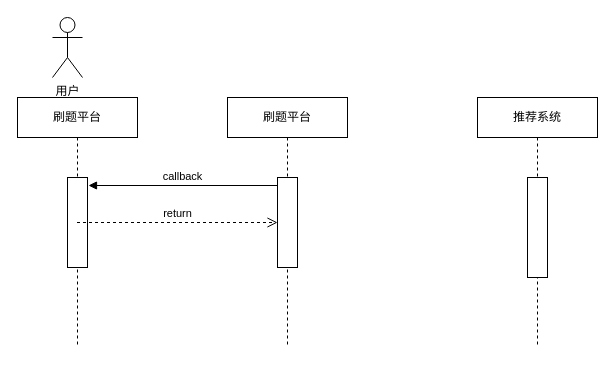
Before: 做题系统流程.drawio in johnsondiao0521/ImagesHost, a draw.io diagram. Source tidied: cells renumbered, new cells numbered last; positions are measured from the earlier drawing's top-left corner, leaving out a move shared by most shapes. Both pictures are drawn from the tidied source at 100%, with x=0, y=0 at pixel (17, 17).
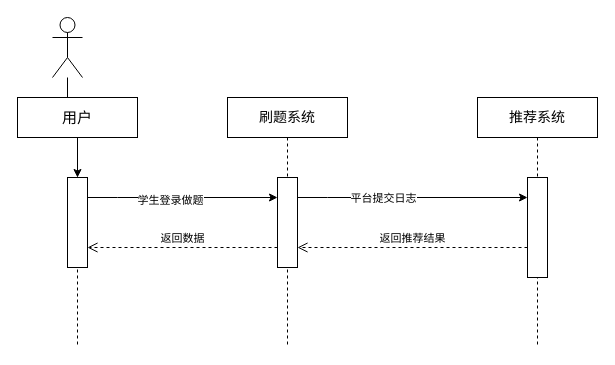
Above is the later version.

Commit message:
做题系统流程.drawio

The change refers to these unchanged cells:
```xml
<mxCell id="3" style="html=1;points=[];perimeter=orthogonalPerimeter;" parent="2" vertex="1">
  <mxGeometry x="50" y="80" width="20" height="90" as="geometry" />
</mxCell>
<mxCell id="8" style="html=1;points=[];perimeter=orthogonalPerimeter;" parent="7" vertex="1">
  <mxGeometry x="50" y="80" width="20" height="90" as="geometry" />
</mxCell>
```

Diff of the diagram source:
```diff
@@
-    <mxCell id="2" value="刷题平台" style="shape=umlLifeline;perimeter=lifelinePerimeter;whiteSpace=wrap;html=1;" parent="1" vertex="1">
+    <mxCell id="2" value="&lt;p&gt;&lt;font style=&quot;font-size: 14px;&quot; face=&quot;Lucida Console&quot;&gt;刷题系统&lt;/font&gt;&lt;/p&gt;" style="shape=umlLifeline;perimeter=lifelinePerimeter;whiteSpace=wrap;html=1;" parent="1" vertex="1">
       <mxGeometry x="210" y="80" width="120" height="250" as="geometry" />
     </mxCell>
@@
-    <mxCell id="4" value="推荐系统" style="shape=umlLifeline;perimeter=lifelinePerimeter;whiteSpace=wrap;html=1;" parent="1" vertex="1">
+    <mxCell id="4" value="&lt;font style=&quot;font-size: 14px;&quot;&gt;推荐系统&lt;/font&gt;" style="shape=umlLifeline;perimeter=lifelinePerimeter;whiteSpace=wrap;html=1;" parent="1" vertex="1">
       <mxGeometry x="460" y="80" width="120" height="250" as="geometry" />
     </mxCell>
@@
+    <mxCell id="11" style="edgeStyle=orthogonalEdgeStyle;rounded=0;jettySize=auto;html=1;fontFamily=Lucida Console;fontSize=15;" parent="1" edge="1" source="6" target="8">
+      <mxGeometry relative="1" as="geometry" />
+    </mxCell>
-    <mxCell id="6" value="用户" style="shape=umlActor;verticalLabelPosition=bottom;verticalAlign=top;html=1;" parent="1" vertex="1">
+    <mxCell id="6" style="shape=umlActor;verticalLabelPosition=bottom;verticalAlign=top;html=1;" parent="1" vertex="1">
       <mxGeometry x="35" width="30" height="60" as="geometry" />
     </mxCell>
-    <mxCell id="7" value="刷题平台" style="shape=umlLifeline;perimeter=lifelinePerimeter;whiteSpace=wrap;html=1;outlineConnect=0;" parent="1" vertex="1">
+    <mxCell id="7" value="&lt;font style=&quot;font-size: 15px;&quot;&gt;用户&lt;/font&gt;" style="shape=umlLifeline;perimeter=lifelinePerimeter;whiteSpace=wrap;html=1;outlineConnect=0;" parent="1" vertex="1">
       <mxGeometry y="80" width="120" height="250" as="geometry" />
     </mxCell>
@@
-    <mxCell id="9" value="callback" style="html=1;verticalAlign=bottom;endArrow=block;entryX=1.05;entryY=0.089;rounded=0;entryDx=0;entryDy=0;entryPerimeter=0;" parent="1" edge="1" target="8">
-      <mxGeometry relative="1" as="geometry">
-        <mxPoint x="260" y="168" as="sourcePoint" />
-      </mxGeometry>
-    </mxCell>
-    <mxCell id="10" value="return" style="html=1;verticalAlign=bottom;endArrow=open;dashed=1;endSize=8;rounded=0;" parent="1" edge="1" source="7" target="3">
-      <mxGeometry relative="1" as="geometry" />
-    </mxCell>
+    <mxCell id="12" style="endArrow=classic;html=1;rounded=0;" parent="1" edge="1" target="3">
+      <mxGeometry relative="1" as="geometry">
+        <mxPoint x="70" y="180" as="sourcePoint" />
+        <Array as="points">
+          <mxPoint x="100" y="180" />
+        </Array>
+      </mxGeometry>
+    </mxCell>
+    <mxCell id="13" value="学生登录做题" style="edgeLabel;html=1;align=center;verticalAlign=middle;" parent="12" vertex="1">
+      <mxGeometry x="-0.14" y="-2" relative="1" as="geometry" />
+    </mxCell>
+    <mxCell id="14" style="endArrow=classic;html=1;rounded=0;" parent="1" edge="1">
+      <mxGeometry relative="1" as="geometry">
+        <mxPoint x="280" y="180" as="sourcePoint" />
+        <mxPoint x="510" y="180" as="targetPoint" />
+        <Array as="points">
+          <mxPoint x="310" y="180" />
+        </Array>
+      </mxGeometry>
+    </mxCell>
+    <mxCell id="15" value="平台提交日志" style="edgeLabel;html=1;align=center;verticalAlign=middle;" parent="14" vertex="1">
+      <mxGeometry x="-0.26" relative="1" as="geometry" />
+    </mxCell>
+    <mxCell id="16" value="返回推荐结果" style="html=1;verticalAlign=bottom;endArrow=open;dashed=1;endSize=8;rounded=0;" parent="1" edge="1">
+      <mxGeometry relative="1" as="geometry">
+        <mxPoint x="510" y="230" as="sourcePoint" />
+        <mxPoint x="280" y="230" as="targetPoint" />
+        <Array as="points">
+          <mxPoint x="370" y="230" />
+        </Array>
+      </mxGeometry>
+    </mxCell>
+    <mxCell id="17" value="返回数据" style="html=1;verticalAlign=bottom;endArrow=open;dashed=1;endSize=8;rounded=0;" parent="1" edge="1">
+      <mxGeometry relative="1" as="geometry">
+        <mxPoint x="260" y="230" as="sourcePoint" />
+        <mxPoint x="70" y="230" as="targetPoint" />
+        <Array as="points">
+          <mxPoint x="160" y="230" />
+        </Array>
+      </mxGeometry>
+    </mxCell>
```
